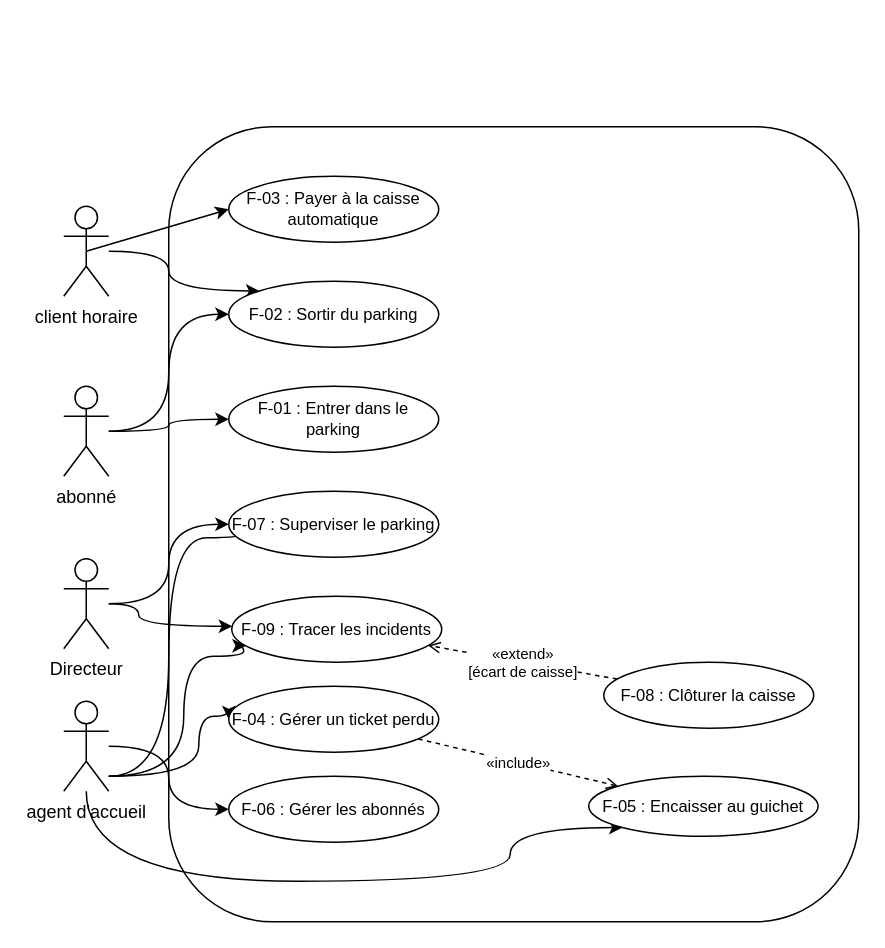
The draw.io diagram Liam/DIAGRAM USE CASE PARKING.drawio in maxdrk/Gestion-de-parking-2026, before the edit. Source tidied: cells renumbered, new cells numbered last; positions are measured from the earlier drawing's top-left corner, leaving out a move shared by most shapes. Both pictures are drawn from the tidied source at 150%, with x=0, y=0 at pixel (63, 126).
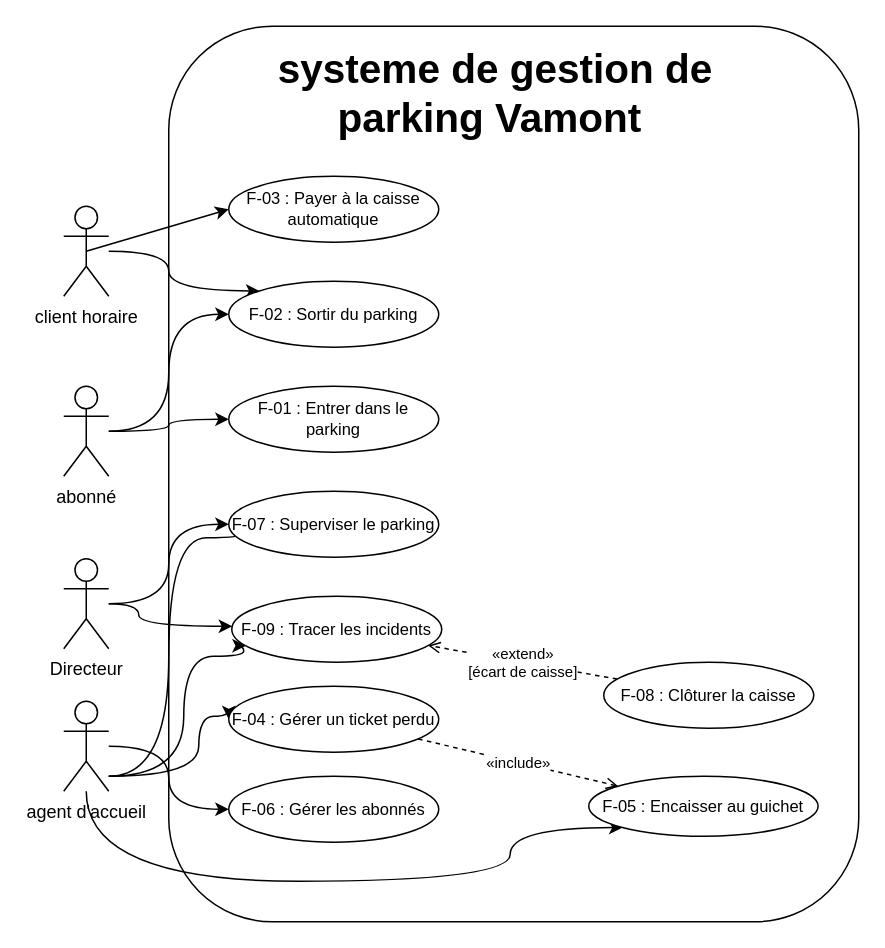
Above is the later version.

Unchanged cells that the change refers to:
```xml
<mxCell id="17" value="agent d'accueil" style="shape=umlActor;verticalLabelPosition=bottom;verticalAlign=top;html=1;outlineConnect=0;labelPerimeter=1;" parent="1" vertex="1">
  <mxGeometry y="383" width="30" height="60" as="geometry" />
</mxCell>
```

The edit, as a diff of the source:
```diff
@@
     <mxCell id="2" style="rounded=1;whiteSpace=wrap;html=1;roundedPerimeter=1;" parent="1" vertex="1">
-      <mxGeometry x="70" width="460" height="530" as="geometry" />
+      <mxGeometry x="70" y="-67" width="460" height="597" as="geometry" />
     </mxCell>
@@
     <mxCell id="15" style="edgeStyle=orthogonalEdgeStyle;curved=1;rounded=0;curveGeometry=1;jettySize=auto;html=1;defaultLabelBackgroundColor=page;entryX=0;entryY=0.75;entryDx=0;entryDy=0;" parent="1" edge="1" source="17">
       <mxGeometry x="-0.05" relative="1" as="geometry">
         <Array as="points">
-          <mxPoint x="15" y="503" />
-          <mxPoint x="250" y="503" />
-          <mxPoint x="250" y="403" />
-          <mxPoint x="292" y="403" />
+          <mxPoint x="155" y="313" />
+          <mxPoint x="390" y="313" />
+          <mxPoint x="390" y="213" />
+          <mxPoint x="432" y="213" />
         </Array>
       </mxGeometry>
     </mxCell>
@@
+    <mxCell id="31" value="&lt;font style=&quot;font-size: 27px;&quot;&gt;&lt;b&gt;systeme de gestion de parking Vamont&amp;nbsp;&lt;/b&gt;&lt;/font&gt;" style="text;html=1;whiteSpace=wrap;strokeColor=none;fillColor=none;align=center;verticalAlign=middle;rounded=0;" parent="1" vertex="1">
+      <mxGeometry x="110" y="-57" width="356" height="70" as="geometry" />
+    </mxCell>
```
